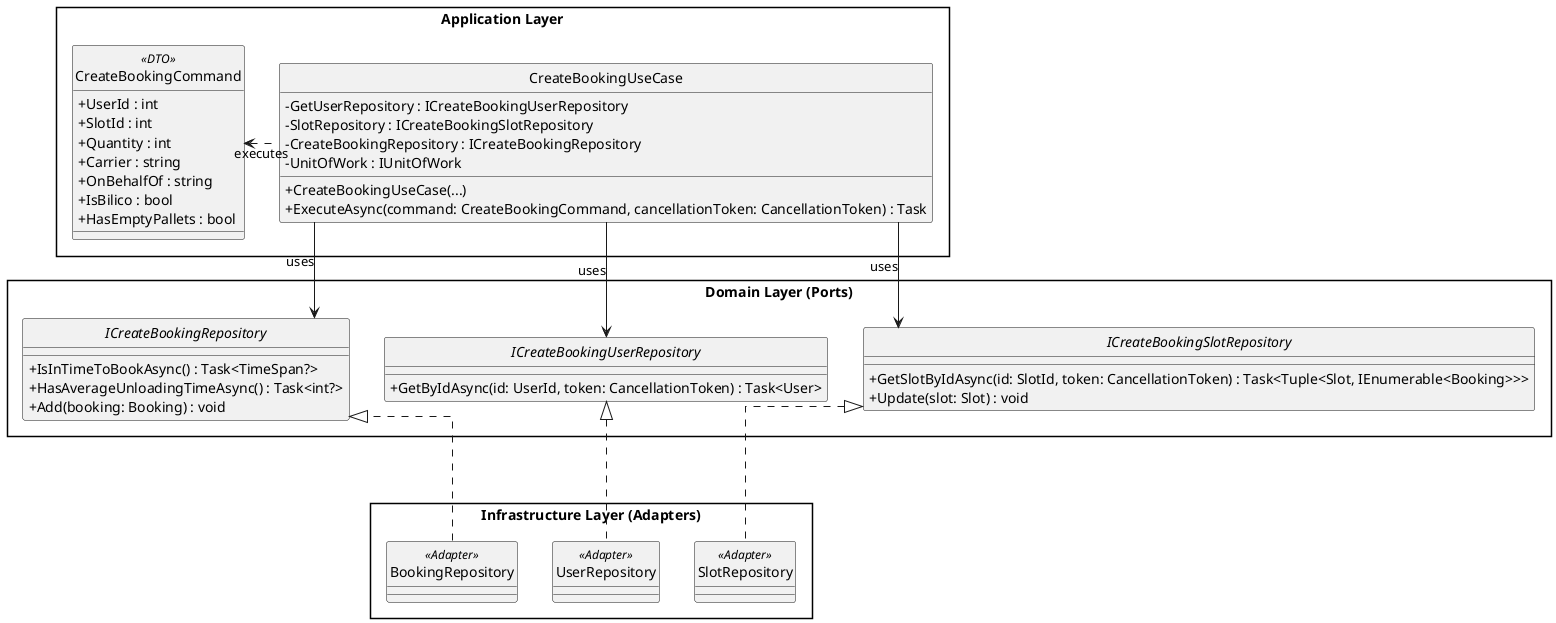
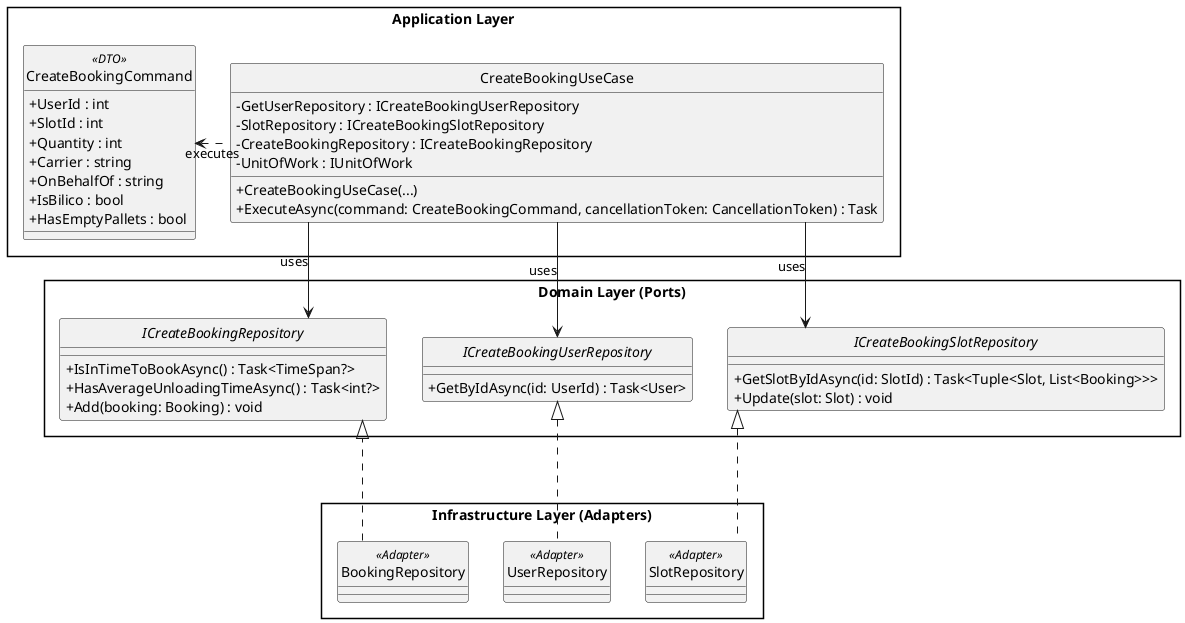
@startuml design2
skinparam style strictuml
skinparam classAttributeIconSize 0
skinparam packageStyle rectangle
skinparam linetype ortho

package "Application Layer" {
    class CreateBookingCommand <<DTO>> {
        + UserId : int
        + SlotId : int
        + Quantity : int
        + Carrier : string
        + OnBehalfOf : string
        + IsBilico : bool
        + HasEmptyPallets : bool
    }

    class CreateBookingUseCase {
        - GetUserRepository : ICreateBookingUserRepository
        - SlotRepository : ICreateBookingSlotRepository
        - CreateBookingRepository : ICreateBookingRepository
        - UnitOfWork : IUnitOfWork
        + CreateBookingUseCase(...)
        + ExecuteAsync(command: CreateBookingCommand, cancellationToken: CancellationToken) : Task
    }
}

package "Domain Layer (Ports)" {
    interface ICreateBookingUserRepository {
-         + GetByIdAsync(id: UserId, token: CancellationToken) : Task<User>
+         + GetByIdAsync(id: UserId) : Task<User>
    }

    interface ICreateBookingSlotRepository {
-         + GetSlotByIdAsync(id: SlotId, token: CancellationToken) : Task<Tuple<Slot, IEnumerable<Booking>>>
+         + GetSlotByIdAsync(id: SlotId) : Task<Tuple<Slot, List<Booking>>>
        + Update(slot: Slot) : void
    }

    interface ICreateBookingRepository {
        + IsInTimeToBookAsync() : Task<TimeSpan?>
        + HasAverageUnloadingTimeAsync() : Task<int?>
        + Add(booking: Booking) : void
    }
}

package "Infrastructure Layer (Adapters)" {
    class UserRepository <<Adapter>> {
    }
    class SlotRepository <<Adapter>> {
    }
    class BookingRepository <<Adapter>> {
    }
}

' Flusso Applicativo
CreateBookingUseCase ..left-> CreateBookingCommand : "executes"

' Dipendenze dalle Porte (Interfacce)
CreateBookingUseCase -down-> ICreateBookingUserRepository : "uses"
CreateBookingUseCase -down-> ICreateBookingSlotRepository : "uses"
CreateBookingUseCase -down-> ICreateBookingRepository : "uses"

' Implementazione degli Adapter
ICreateBookingUserRepository <|-down.. UserRepository
ICreateBookingSlotRepository <|-down.. SlotRepository
ICreateBookingRepository <|-left.. BookingRepository
@enduml